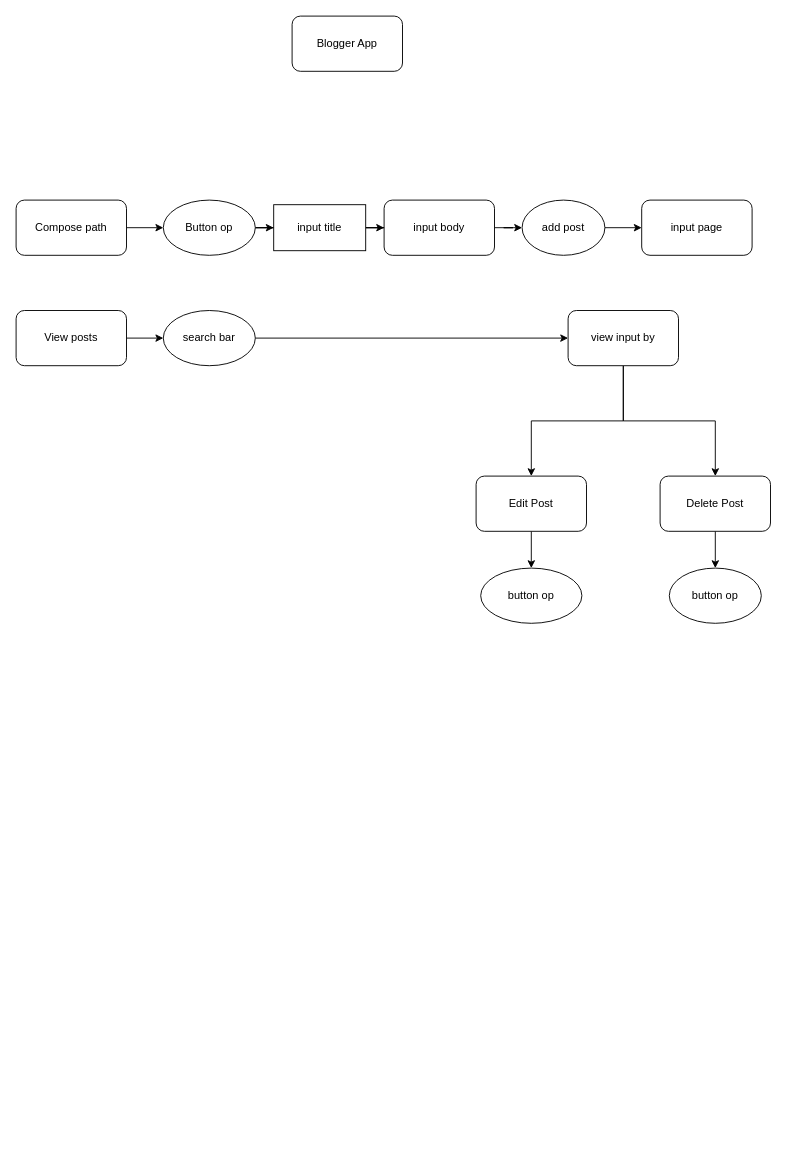
The draw.io diagram page "Page-1" (1 of 2) of components/architecture.drawio in Peippo1/Blogger, before the edit. Source tidied: cells renumbered, new cells numbered last; positions are measured from the earlier drawing's top-left corner, leaving out a move shared by most shapes. Both pictures are drawn from the tidied source at 92%, with x=0, y=0 at pixel (16, 16).
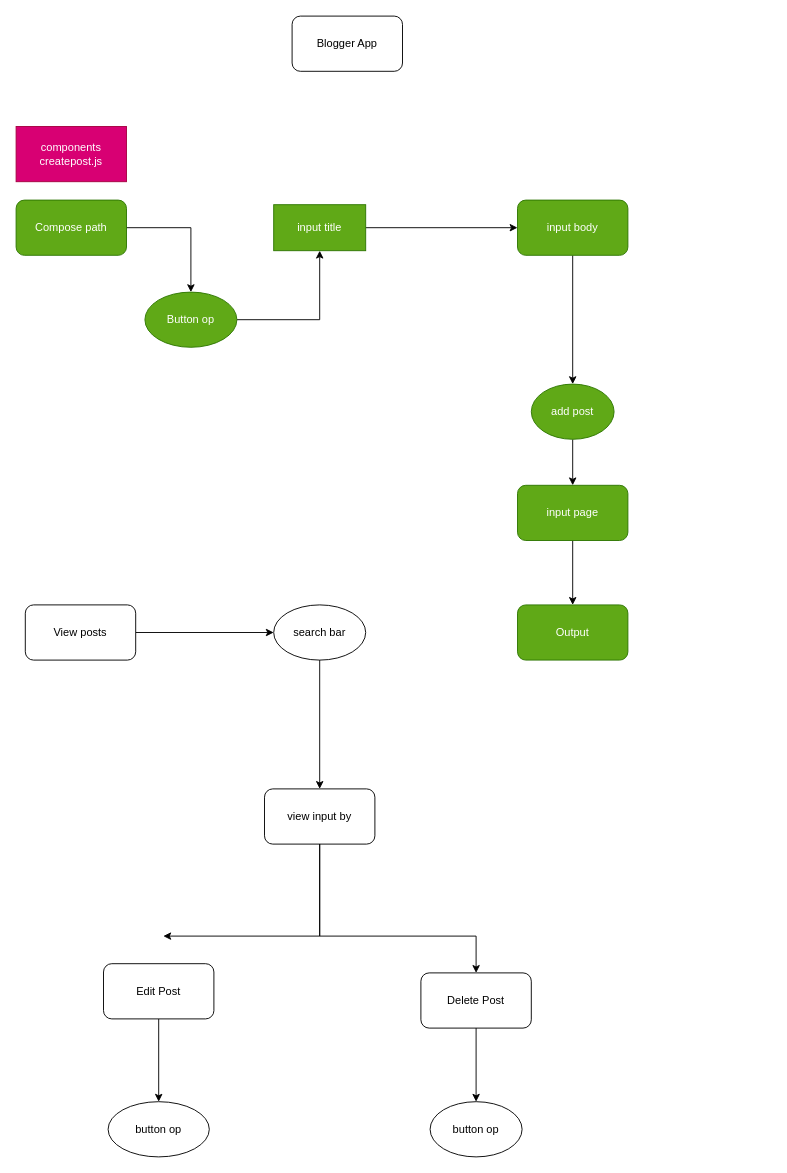
After the change.

Change to the diagram source:
```diff
@@
-    <mxCell id="4" value="Compose path" style="rounded=1;whiteSpace=wrap;html=1;" parent="1" vertex="1">
+    <mxCell id="4" value="Compose path" style="rounded=1;whiteSpace=wrap;html=1;fillColor=#60a917;strokeColor=#2D7600;fontColor=#ffffff;" parent="1" vertex="1">
       <mxGeometry y="200" width="120" height="60" as="geometry" />
     </mxCell>
@@
     <mxCell id="6" value="View posts" style="rounded=1;whiteSpace=wrap;html=1;" parent="1" vertex="1">
-      <mxGeometry y="320" width="120" height="60" as="geometry" />
+      <mxGeometry x="10" y="640" width="120" height="60" as="geometry" />
     </mxCell>
@@
     <mxCell id="8" value="Edit Post" style="rounded=1;whiteSpace=wrap;html=1;" parent="1" vertex="1">
-      <mxGeometry x="500" y="500" width="120" height="60" as="geometry" />
+      <mxGeometry x="95" y="1030" width="120" height="60" as="geometry" />
     </mxCell>
@@
     <mxCell id="10" value="Delete Post" style="rounded=1;whiteSpace=wrap;html=1;" parent="1" vertex="1">
-      <mxGeometry x="700" y="500" width="120" height="60" as="geometry" />
+      <mxGeometry x="440" y="1040" width="120" height="60" as="geometry" />
     </mxCell>
@@
-    <mxCell id="12" value="Button op" style="ellipse;whiteSpace=wrap;html=1;" parent="1" vertex="1">
-      <mxGeometry x="160" y="200" width="100" height="60" as="geometry" />
+    <mxCell id="12" value="Button op" style="ellipse;whiteSpace=wrap;html=1;fillColor=#60a917;strokeColor=#2D7600;fontColor=#ffffff;" parent="1" vertex="1">
+      <mxGeometry x="140" y="300" width="100" height="60" as="geometry" />
     </mxCell>
@@
-    <mxCell id="14" value="input body" style="rounded=1;whiteSpace=wrap;html=1;" parent="1" vertex="1">
-      <mxGeometry x="400" y="200" width="120" height="60" as="geometry" />
+    <mxCell id="14" value="input body" style="rounded=1;whiteSpace=wrap;html=1;fillColor=#60a917;strokeColor=#2D7600;fontColor=#ffffff;" parent="1" vertex="1">
+      <mxGeometry x="545" y="200" width="120" height="60" as="geometry" />
     </mxCell>
-    <mxCell id="15" style="edgeStyle=orthogonalEdgeStyle;rounded=0;jettySize=auto;html=1;entryX=0.5;entryY=0;entryDx=0;entryDy=0;" parent="1" edge="1" source="17" target="8">
-      <mxGeometry relative="1" as="geometry">
-        <Array as="points">
-          <mxPoint x="660" y="440" />
-          <mxPoint x="560" y="440" />
-        </Array>
-      </mxGeometry>
-    </mxCell>
     <mxCell id="16" style="edgeStyle=orthogonalEdgeStyle;rounded=0;jettySize=auto;html=1;" parent="1" edge="1" source="17" target="10">
-      <mxGeometry relative="1" as="geometry" />
+      <mxGeometry relative="1" as="geometry">
+        <Array as="points">
+          <mxPoint x="330" y="1000" />
+          <mxPoint x="500" y="1000" />
+        </Array>
+      </mxGeometry>
     </mxCell>
+    <mxCell id="28" style="edgeStyle=orthogonalEdgeStyle;rounded=0;jettySize=auto;html=1;" parent="1" edge="1" source="17">
+      <mxGeometry relative="1" as="geometry">
+        <mxPoint x="160" y="1000" as="targetPoint" />
+        <Array as="points">
+          <mxPoint x="330" y="1000" />
+        </Array>
+      </mxGeometry>
+    </mxCell>
     <mxCell id="17" value="view input by" style="rounded=1;whiteSpace=wrap;html=1;" parent="1" vertex="1">
-      <mxGeometry x="600" y="320" width="120" height="60" as="geometry" />
+      <mxGeometry x="270" y="840" width="120" height="60" as="geometry" />
     </mxCell>
@@
     <mxCell id="19" value="search bar" style="ellipse;whiteSpace=wrap;html=1;" parent="1" vertex="1">
-      <mxGeometry x="160" y="320" width="100" height="60" as="geometry" />
+      <mxGeometry x="280" y="640" width="100" height="60" as="geometry" />
     </mxCell>
     <mxCell id="20" value="button op" style="ellipse;whiteSpace=wrap;html=1;" parent="1" vertex="1">
-      <mxGeometry x="505" y="600" width="110" height="60" as="geometry" />
+      <mxGeometry x="100" y="1180" width="110" height="60" as="geometry" />
     </mxCell>
+    <mxCell id="29" style="edgeStyle=orthogonalEdgeStyle;rounded=0;jettySize=auto;html=1;" parent="1" edge="1" source="21" target="30">
+      <mxGeometry relative="1" as="geometry" />
+    </mxCell>
-    <mxCell id="21" value="input page" style="rounded=1;whiteSpace=wrap;html=1;" parent="1" vertex="1">
-      <mxGeometry x="680" y="200" width="120" height="60" as="geometry" />
+    <mxCell id="21" value="input page" style="rounded=1;whiteSpace=wrap;html=1;fillColor=#60a917;strokeColor=#2D7600;fontColor=#ffffff;" parent="1" vertex="1">
+      <mxGeometry x="545" y="510" width="120" height="60" as="geometry" />
     </mxCell>
@@
-    <mxCell id="23" value="add post" style="ellipse;whiteSpace=wrap;html=1;" parent="1" vertex="1">
-      <mxGeometry x="550" y="200" width="90" height="60" as="geometry" />
+    <mxCell id="23" value="add post" style="ellipse;whiteSpace=wrap;html=1;fillColor=#60a917;strokeColor=#2D7600;fontColor=#ffffff;" parent="1" vertex="1">
+      <mxGeometry x="560" y="400" width="90" height="60" as="geometry" />
     </mxCell>
     <mxCell id="24" value="button op" style="ellipse;whiteSpace=wrap;html=1;" parent="1" vertex="1">
-      <mxGeometry x="710" y="600" width="100" height="60" as="geometry" />
+      <mxGeometry x="450" y="1180" width="100" height="60" as="geometry" />
     </mxCell>
@@
-    <mxCell id="26" value="input title" style="whiteSpace=wrap;html=1;" parent="1" vertex="1">
+    <mxCell id="26" value="input title" style="whiteSpace=wrap;html=1;fillColor=#60a917;strokeColor=#2D7600;fontColor=#ffffff;" parent="1" vertex="1">
       <mxGeometry x="280" y="205" width="100" height="50" as="geometry" />
     </mxCell>
@@
+    <mxCell id="30" value="Output" style="whiteSpace=wrap;html=1;rounded=1;fillColor=#60a917;strokeColor=#2D7600;fontColor=#ffffff;" parent="1" vertex="1">
+      <mxGeometry x="545" y="640" width="120" height="60" as="geometry" />
+    </mxCell>
+    <mxCell id="31" value="components createpost.js&lt;br&gt;" style="whiteSpace=wrap;html=1;fillColor=#d80073;strokeColor=#A50040;fontColor=#ffffff;" parent="1" vertex="1">
+      <mxGeometry y="120" width="120" height="60" as="geometry" />
+    </mxCell>
```
